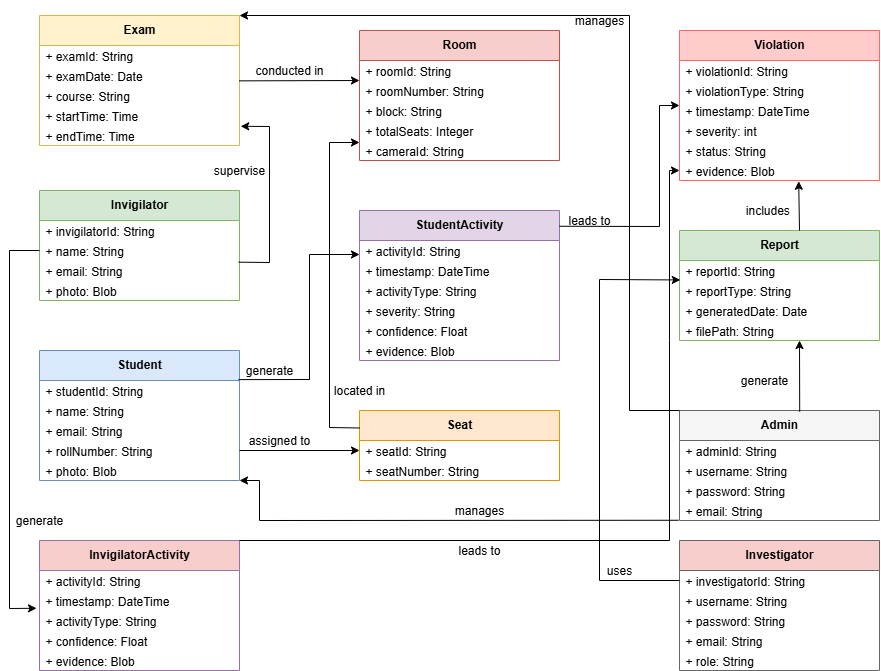
inamullahshaikh/FYP-1-final-report keeps this draw.io diagram as sections/domain-model.png. Above is the earlier version. Source tidied: cells renumbered, new cells last; positions are measured from the earlier drawing's top-left corner, leaving out a move shared by most shapes.
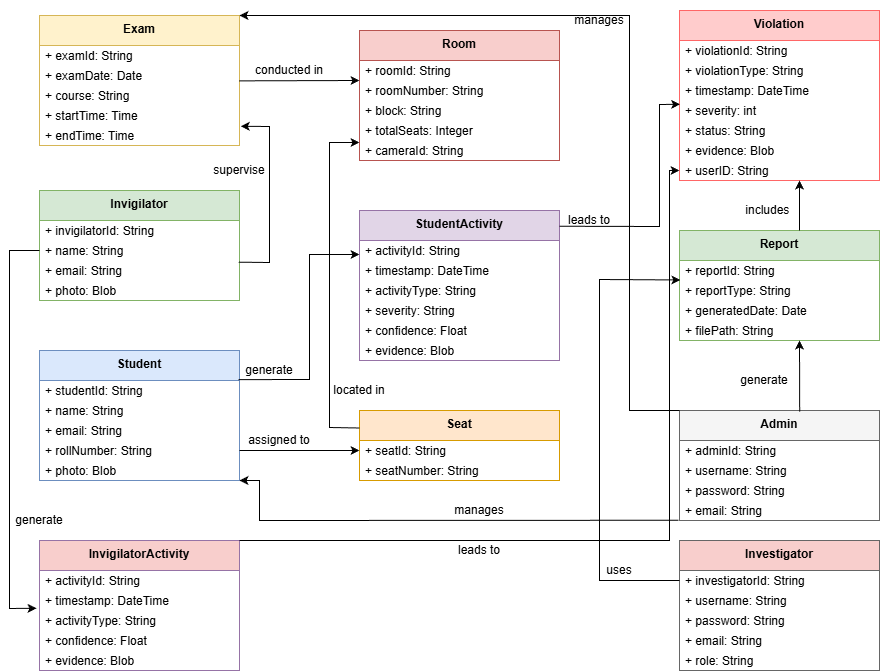
The same file after the commit.

Diff of the diagram source:
```diff
@@ -102,7 +102,7 @@
       <mxGeometry y="50" width="200" height="20" as="geometry" />
     </mxCell>
     <mxCell id="35" value="Violation" style="swimlane;fontStyle=1;align=center;verticalAlign=top;horizontal=1;startSize=30;whiteSpace=wrap;html=1;fillColor=#ffcccc;strokeColor=#ff6666;" parent="1" vertex="1">
-      <mxGeometry x="680" y="30" width="200" height="150" as="geometry" />
+      <mxGeometry x="680" y="10" width="200" height="170" as="geometry" />
     </mxCell>
     <mxCell id="36" value="+ violationId: String" style="text;strokeColor=none;fillColor=none;align=left;verticalAlign=middle;spacingLeft=4;spacingRight=4;overflow=hidden;" parent="35" vertex="1">
       <mxGeometry y="30" width="200" height="20" as="geometry" />
@@ -122,6 +122,9 @@
     <mxCell id="41" value="+ evidence: Blob" style="text;strokeColor=none;fillColor=none;align=left;verticalAlign=middle;spacingLeft=4;spacingRight=4;overflow=hidden;points=[[0,0.5],[1,0.5]];portConstraint=eastwest;" parent="35" vertex="1">
       <mxGeometry y="130" width="200" height="20" as="geometry" />
     </mxCell>
+    <mxCell id="115" value="+ userID: String" style="text;strokeColor=none;fillColor=none;align=left;verticalAlign=middle;spacingLeft=4;spacingRight=4;overflow=hidden;points=[[0,0.5],[1,0.5]];portConstraint=eastwest;" parent="35" vertex="1">
+      <mxGeometry y="150" width="200" height="20" as="geometry" />
+    </mxCell>
     <mxCell id="42" value="Report" style="swimlane;fontStyle=1;align=center;verticalAlign=top;horizontal=1;startSize=30;whiteSpace=wrap;html=1;fillColor=#d5e8d4;strokeColor=#82b366;" parent="1" vertex="1">
       <mxGeometry x="680" y="230" width="200" height="110" as="geometry" />
     </mxCell>
@@ -155,11 +158,11 @@
     <mxCell id="52" style="endArrow=classic;html=1;rounded=0;exitX=1;exitY=0.5;exitDx=0;exitDy=0;entryX=0;entryY=0.5;entryDx=0;entryDy=0;" parent="1" edge="1" source="6" target="33">
       <mxGeometry relative="1" as="geometry" />
     </mxCell>
-    <mxCell id="53" style="endArrow=classic;html=1;rounded=0;exitX=1;exitY=0.105;exitDx=0;exitDy=0;entryX=0;entryY=0.5;entryDx=0;entryDy=0;exitPerimeter=0;" parent="1" edge="1" source="25" target="35">
+    <mxCell id="53" style="endArrow=classic;html=1;rounded=0;exitX=1;exitY=0.105;exitDx=0;exitDy=0;entryX=0.003;entryY=0.19;entryDx=0;entryDy=0;exitPerimeter=0;entryPerimeter=0;" parent="1" edge="1" source="25" target="39">
       <mxGeometry relative="1" as="geometry">
         <Array as="points">
           <mxPoint x="660" y="226" />
-          <mxPoint x="660" y="105" />
+          <mxPoint x="660" y="104" />
         </Array>
       </mxGeometry>
     </mxCell>
@@ -172,8 +175,10 @@
         </Array>
       </mxGeometry>
     </mxCell>
-    <mxCell id="55" style="endArrow=classic;html=1;rounded=0;exitX=0.6;exitY=0;exitDx=0;exitDy=0;exitPerimeter=0;entryX=0.596;entryY=1.039;entryDx=0;entryDy=0;entryPerimeter=0;" parent="1" edge="1" source="42" target="41">
-      <mxGeometry relative="1" as="geometry" />
+    <mxCell id="55" style="endArrow=classic;html=1;rounded=0;exitX=0.6;exitY=0;exitDx=0;exitDy=0;exitPerimeter=0;" parent="1" edge="1" source="42">
+      <mxGeometry relative="1" as="geometry">
+        <mxPoint x="800" y="180" as="targetPoint" />
+      </mxGeometry>
     </mxCell>
     <mxCell id="56" style="group;" parent="1" vertex="1">
       <mxGeometry x="240" y="420" width="80" height="40" as="geometry" />
@@ -391,7 +396,7 @@
     <mxCell id="109" value="generate" style="text;html=1;strokeColor=none;fillColor=none;align=center;verticalAlign=middle;whiteSpace=wrap;rounded=0;" parent="108" vertex="1">
       <mxGeometry x="-10" y="13.3" width="80" height="13.3" as="geometry" />
     </mxCell>
-    <mxCell id="110" style="endArrow=classic;html=1;rounded=0;exitX=1;exitY=0;exitDx=0;exitDy=0;entryX=0;entryY=0.5;entryDx=0;entryDy=0;" parent="1" edge="1" source="92" target="41">
+    <mxCell id="110" style="endArrow=classic;html=1;rounded=0;exitX=1;exitY=0;exitDx=0;exitDy=0;entryX=0;entryY=0.5;entryDx=0;entryDy=0;" parent="1" edge="1" source="92" target="115">
       <mxGeometry relative="1" as="geometry">
         <Array as="points">
           <mxPoint x="670" y="540" />
```
